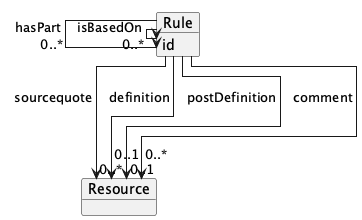
This is serve_api/respec/media/class.Rule.png from open-regels/cprmv, a PlantUML export, as it was before one commit.
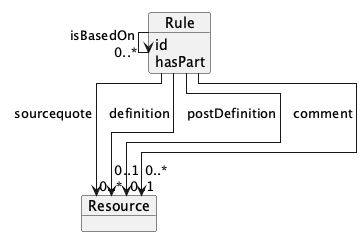
The same file after the commit.

What changed in the source:
```diff
@@ -4,10 +4,10 @@
 
     object "Rule" as Rule {
         id
+        hasPart
     }
     object "Resource" as Resource
     Rule --> "0..*" Rule : isBasedOn
-    Rule --> "0..*" Rule : hasPart
     Rule --> "0..1" Resource : definition
     Rule --> "0..1" Resource : postDefinition
     Rule --> "0..*" Resource : comment
```
